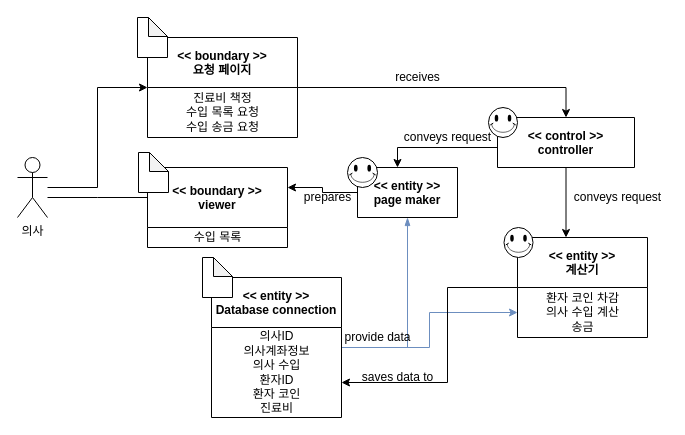
This is doctor/Domain model/UC4.drawio from yhb1834/Smart-Health-Prediction-System, a draw.io file, before an edit. Source tidied: cells renumbered, new cells numbered last; positions are measured from the earlier drawing's top-left corner, leaving out a move shared by most shapes. Both pictures are drawn from the tidied source at 100%, with x=0, y=0 at pixel (17, 17).
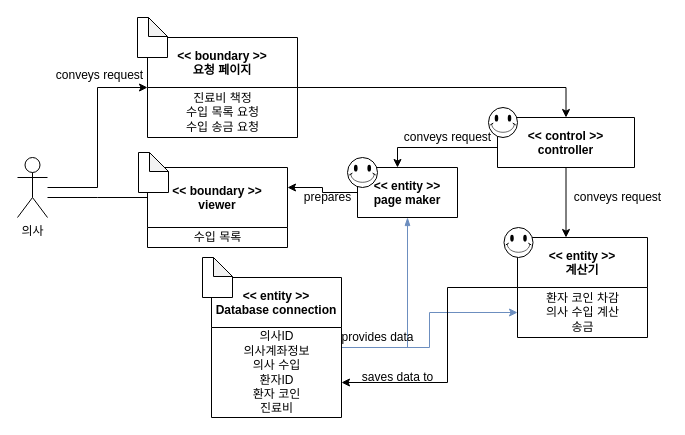
Above is the later version.

What changed in the source:
```diff
@@
-    <mxCell id="27" value="provide data" style="text;html=1;align=center;verticalAlign=middle;strokeColor=none;" parent="1" vertex="1">
-      <mxGeometry x="320" y="310" width="80" height="20" as="geometry" />
+    <mxCell id="27" value="provides data" style="text;html=1;align=center;verticalAlign=middle;strokeColor=none;" parent="1" vertex="1">
+      <mxGeometry x="319" y="311" width="82" height="18" as="geometry" />
     </mxCell>
@@
-    <mxCell id="29" value="receives" style="text;html=1;align=center;verticalAlign=middle;strokeColor=none;" parent="1" vertex="1">
-      <mxGeometry x="370" y="50" width="60" height="20" as="geometry" />
-    </mxCell>
@@
+    <mxCell id="34" value="conveys request" style="text;html=1;align=center;verticalAlign=middle;strokeColor=none;" parent="1" vertex="1">
+      <mxGeometry x="33" y="49" width="97" height="18" as="geometry" />
+    </mxCell>
```
